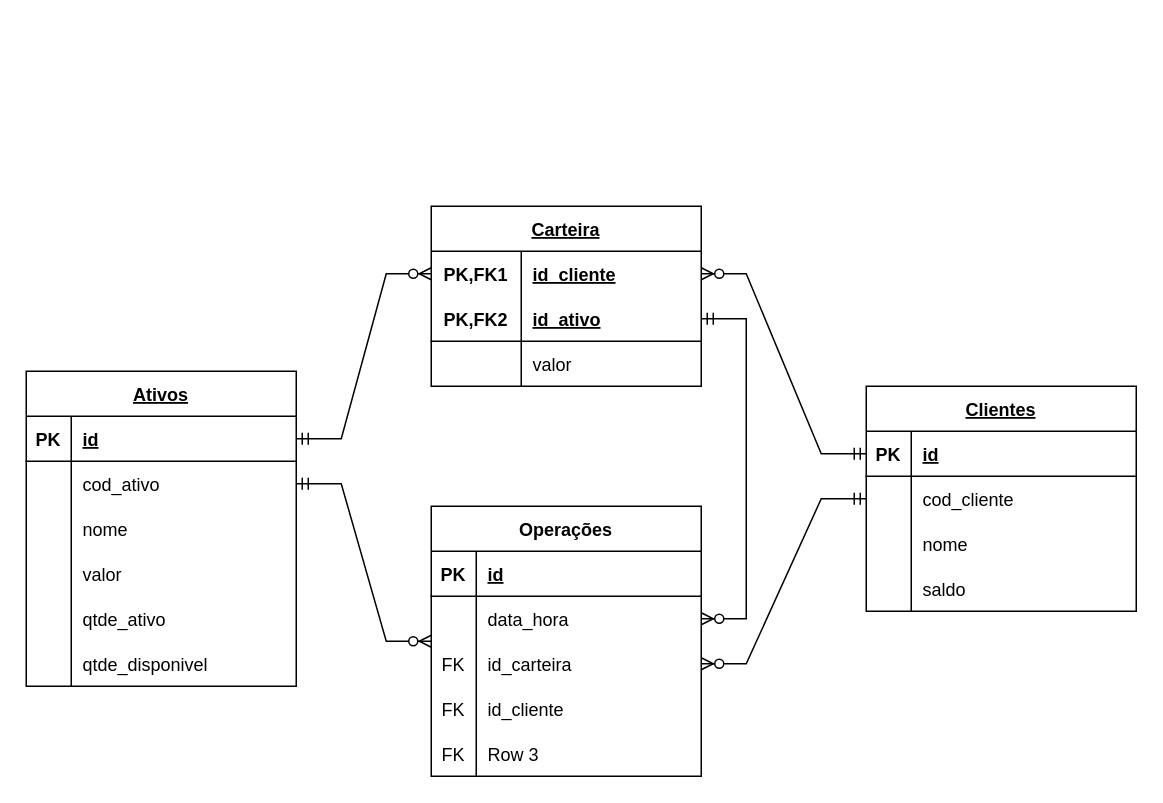
Earlier version of the draw.io diagram Untitled Diagram.drawio (Fabio-Vicente/desafio-xp). Source tidied: cells renumbered, new cells numbered last; positions are measured from the earlier drawing's top-left corner, leaving out a move shared by most shapes. Both pictures are drawn from the tidied source at 150%, with x=0, y=0 at pixel (26, 206).
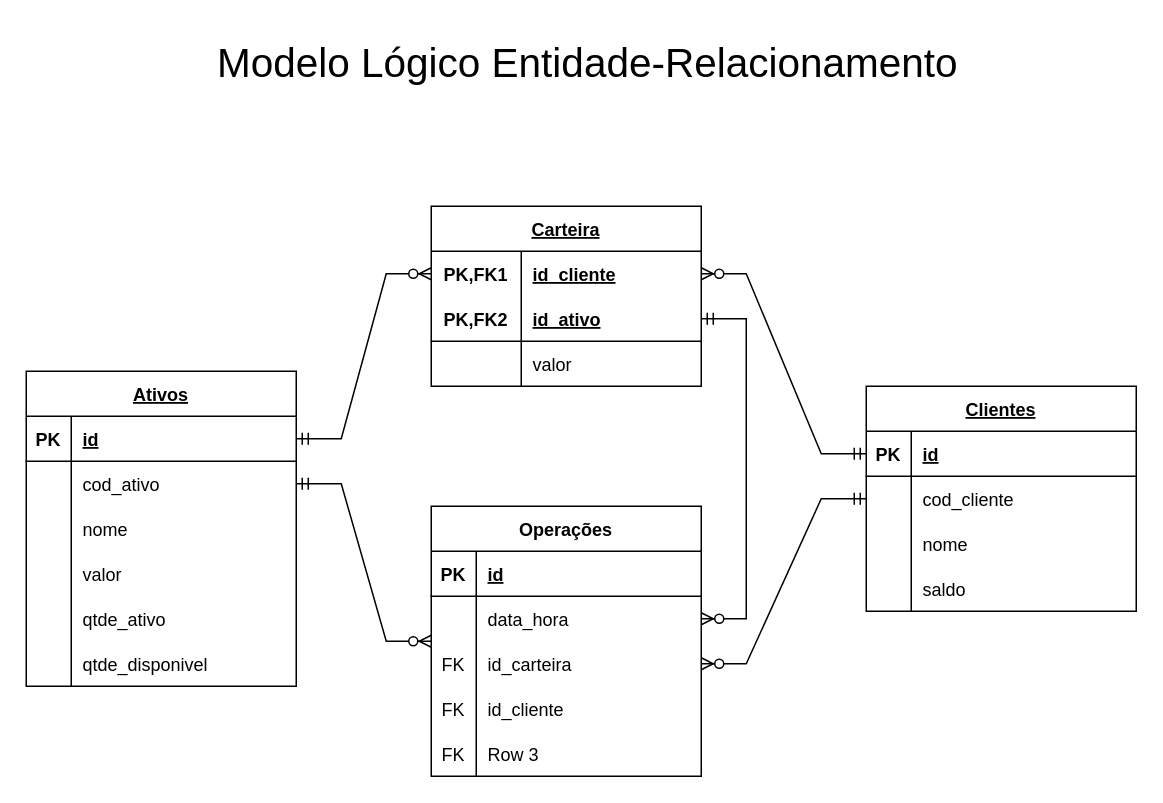
The same diagram, later.

Commit message:
chore: :bento: add title to DB Logic Diagram

The edit, as a diff of the source:
```diff
@@
+    <mxCell id="65" value="Modelo Lógico Entidade-Relacionamento" style="text;html=1;align=center;verticalAlign=middle;fillColor=none;strokeColor=none;rounded=0;fontSize=27;" parent="1" vertex="1">
+      <mxGeometry x="114" y="-120" width="520" height="50" as="geometry" />
+    </mxCell>
```
